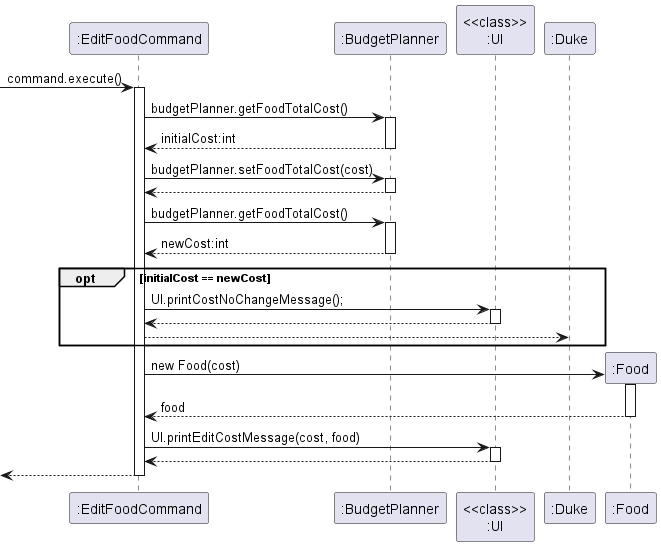
Earlier version of the PlantUML export docs/diagrams/budget/EditFoodCommand.png (nus-cs2113-AY2223S2/tp).
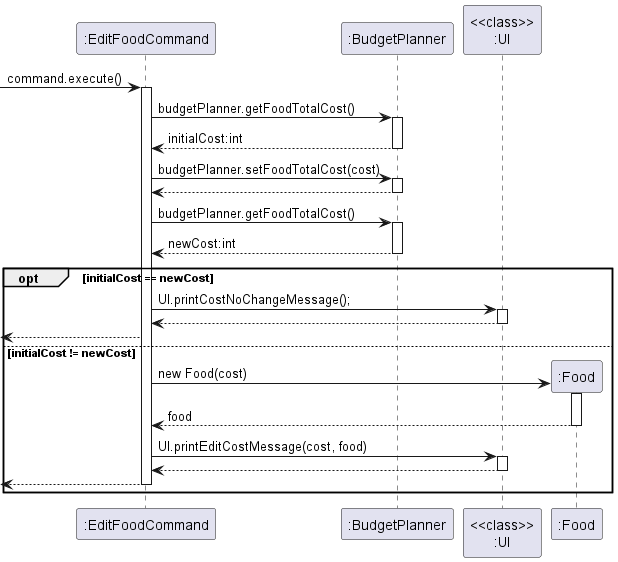
The same file after the commit.

Commit message:
remove Duke from sequence diagram and change opt blocks to alt blocks

The edit, as a diff of the source:
```diff
@@ -18,8 +18,8 @@
 activate "<<class>>\n:UI"
 ":EditFoodCommand" <-- "<<class>>\n:UI"
 deactivate "<<class>>\n:UI"
-":EditFoodCommand" --> ":Duke"
-end
+<-- ":EditFoodCommand"
+else initialCost != newCost
 create ":Food"
 ":EditFoodCommand" -> ":Food" : new Food(cost)
 activate ":Food"
@@ -31,4 +31,5 @@
 deactivate "<<class>>\n:UI"
 <-- ":EditFoodCommand"
 deactivate ":EditFoodCommand"
+end
 @enduml
```
